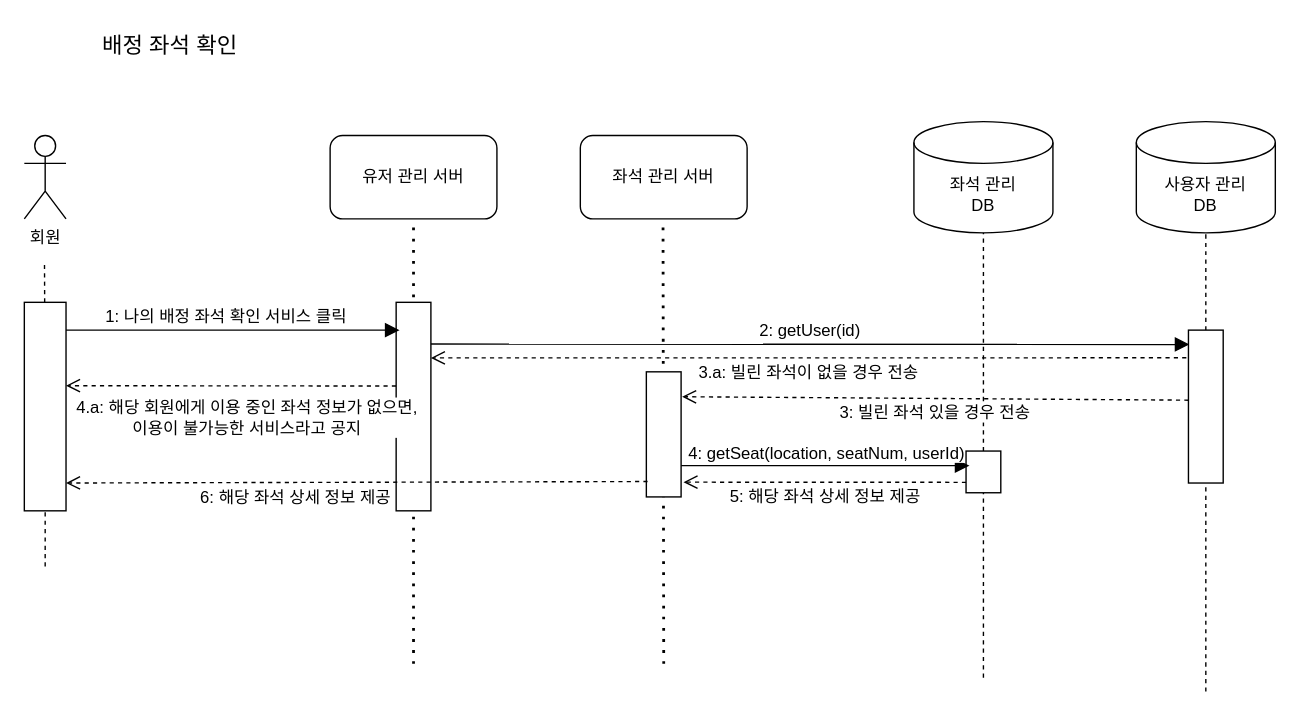
Before: page "배정 좌석 확인" (5 of 7) of squenceDiagram.drawio in cherror/placeK, a draw.io diagram. Source tidied: cells renumbered, new cells numbered last; positions are measured from the earlier drawing's top-left corner, leaving out a move shared by most shapes. Both pictures are drawn from the tidied source at 139%, with x=0, y=0 at pixel (24, 24).
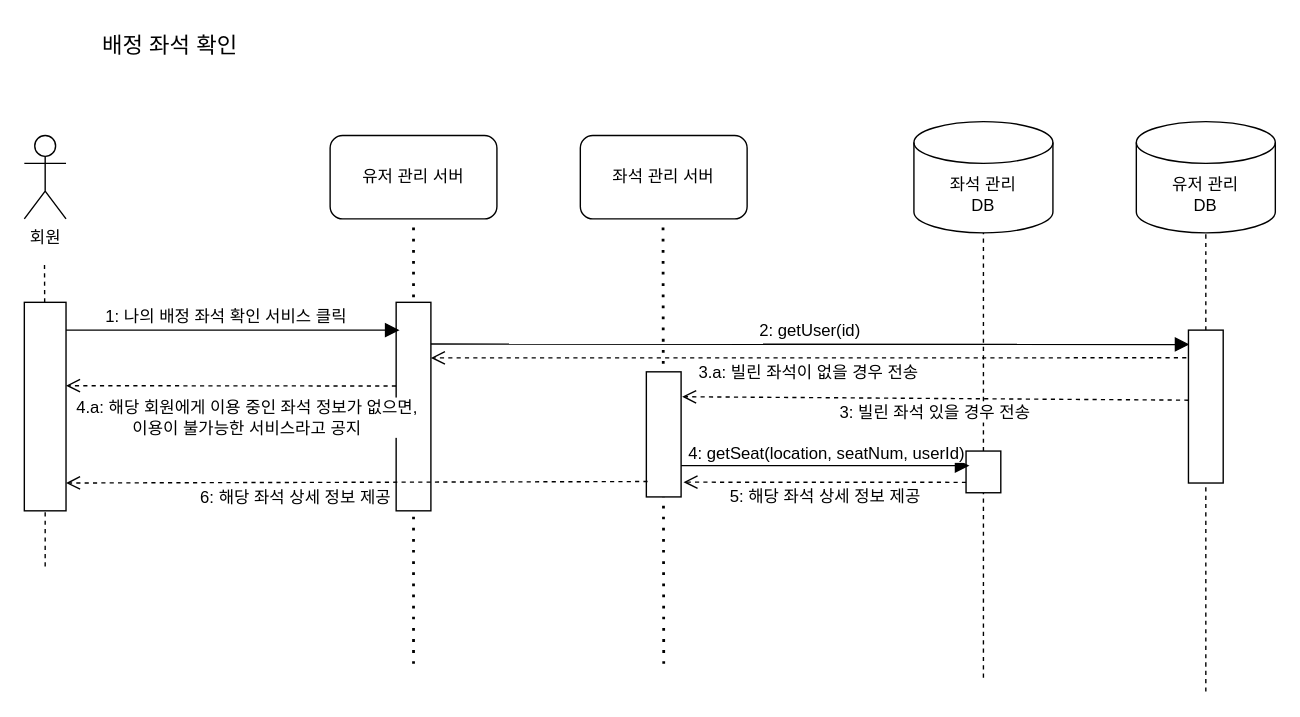
After the change.

Change to the diagram source:
```diff
@@
-    <mxCell id="18" value="사용자 관리&lt;div&gt;DB&lt;/div&gt;" style="shape=cylinder3;whiteSpace=wrap;html=1;boundedLbl=1;backgroundOutline=1;size=15;" parent="1" vertex="1">
+    <mxCell id="18" value="유저 관리&lt;div&gt;DB&lt;/div&gt;" style="shape=cylinder3;whiteSpace=wrap;html=1;boundedLbl=1;backgroundOutline=1;size=15;" parent="1" vertex="1">
       <mxGeometry x="800" y="70" width="100" height="80" as="geometry" />
     </mxCell>
```
